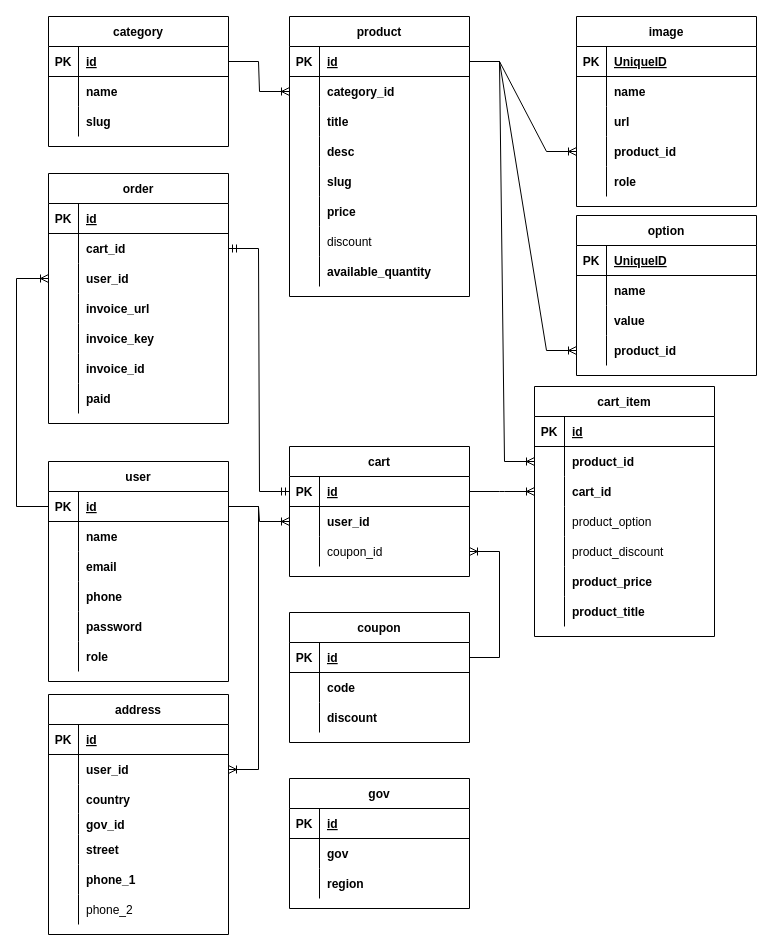
andrew-atef/andrew-atef keeps this draw.io diagram as Untitled Diagram.drawio. Above is the earlier version. Source tidied: cells renumbered, new cells numbered last; positions are measured from the earlier drawing's top-left corner, leaving out a move shared by most shapes. Both pictures are drawn from the tidied source at 100%, with x=0, y=0 at pixel (16, 16).
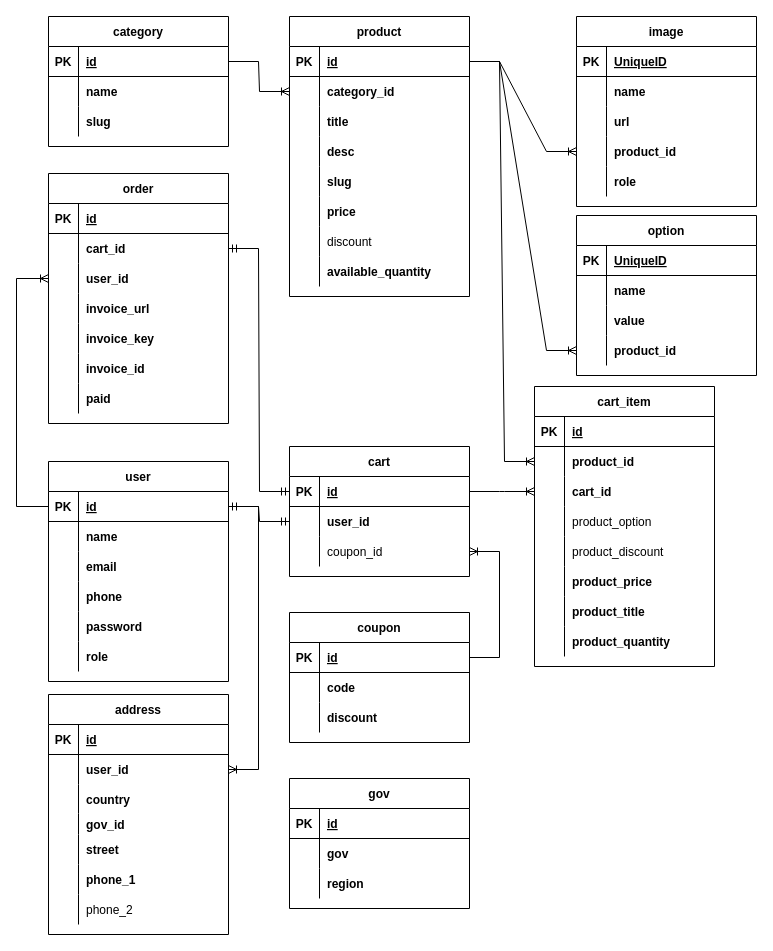
After the change.

Unchanged cells that the change refers to:
```xml
<mxCell id="3" style="shape=tableRow;horizontal=0;startSize=0;swimlaneHead=0;swimlaneBody=0;fillColor=none;points=[[0,0.5],[1,0.5]];portConstraint=eastwest;top=0;left=0;right=0;bottom=1;" parent="2" vertex="1">
  <mxGeometry y="30" width="180" height="30" as="geometry" />
</mxCell>
<mxCell id="73" style="shape=tableRow;horizontal=0;startSize=0;swimlaneHead=0;swimlaneBody=0;fillColor=none;points=[[0,0.5],[1,0.5]];portConstraint=eastwest;top=0;left=0;right=0;bottom=0;" parent="69" vertex="1">
  <mxGeometry y="60" width="180" height="30" as="geometry" />
</mxCell>
```

Change to the diagram source:
```diff
@@
-    <mxCell id="79" style="edgeStyle=entityRelationEdgeStyle;fontSize=12;html=1;endArrow=ERoneToMany;rounded=0;exitX=1;exitY=0.5;exitDx=0;exitDy=0;entryX=0;entryY=0.5;entryDx=0;entryDy=0;" parent="1" edge="1" source="3" target="73">
-      <mxGeometry relative="1" as="geometry" />
-    </mxCell>
     <mxCell id="80" value="cart_item" style="shape=table;startSize=30;childLayout=tableLayout;rowLines=0;fontStyle=1;align=center;" parent="1" vertex="1">
-      <mxGeometry x="518" y="370" width="180" height="250" as="geometry" />
+      <mxGeometry x="518" y="370" width="180" height="280" as="geometry" />
     </mxCell>
@@
+    <mxCell id="191" style="shape=tableRow;horizontal=0;startSize=0;swimlaneHead=0;swimlaneBody=0;fillColor=none;top=0;left=0;right=0;bottom=0;" parent="80" vertex="1">
+      <mxGeometry y="240" width="180" height="30" as="geometry" />
+    </mxCell>
+    <mxCell id="192" style="shape=partialRectangle;fillColor=none;top=0;left=0;bottom=0;right=0;overflow=hidden;" parent="191" vertex="1">
+      <mxGeometry width="30" height="30" as="geometry" />
+    </mxCell>
+    <mxCell id="193" value="product_quantity" style="shape=partialRectangle;fillColor=none;top=0;left=0;bottom=0;right=0;align=left;spacingLeft=6;overflow=hidden;fontStyle=1;" parent="191" vertex="1">
+      <mxGeometry x="30" width="150" height="30" as="geometry" />
+    </mxCell>
@@
+    <mxCell id="79" style="edgeStyle=entityRelationEdgeStyle;fontSize=12;html=1;endArrow=ERmandOne;startArrow=ERmandOne;rounded=0;exitX=1;exitY=0.5;exitDx=0;exitDy=0;entryX=0;entryY=0.5;entryDx=0;entryDy=0;" parent="1" edge="1" source="3" target="73">
+      <mxGeometry relative="1" as="geometry" />
+    </mxCell>
```
